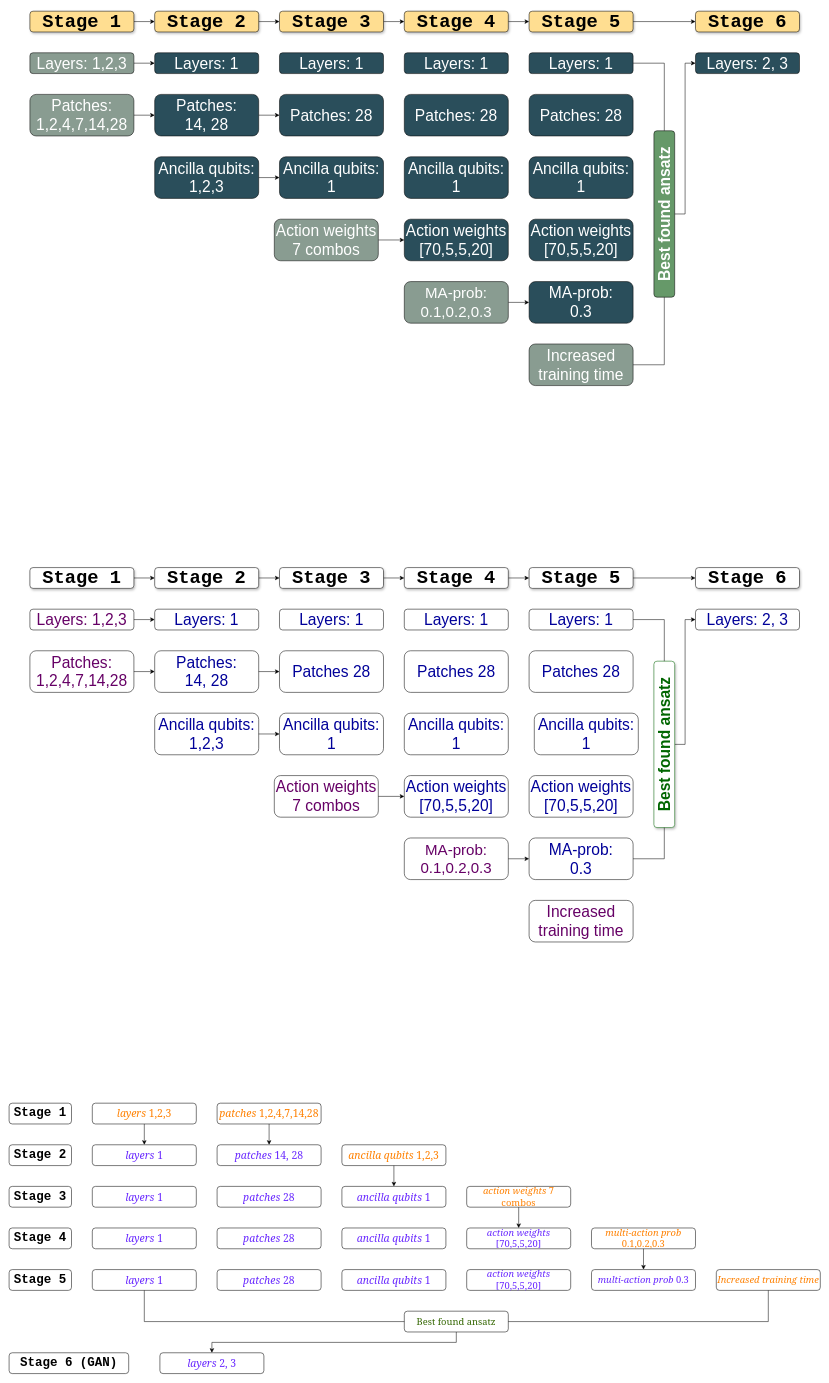
Earlier version of the draw.io diagram ExperimentsOverview.drawio (BiancaMass/Diagrams). Source tidied: cells renumbered, new cells numbered last; positions are measured from the earlier drawing's top-left corner, leaving out a move shared by most shapes. Both pictures are drawn from the tidied source at 52%, with x=0, y=0 at pixel (9, 11).
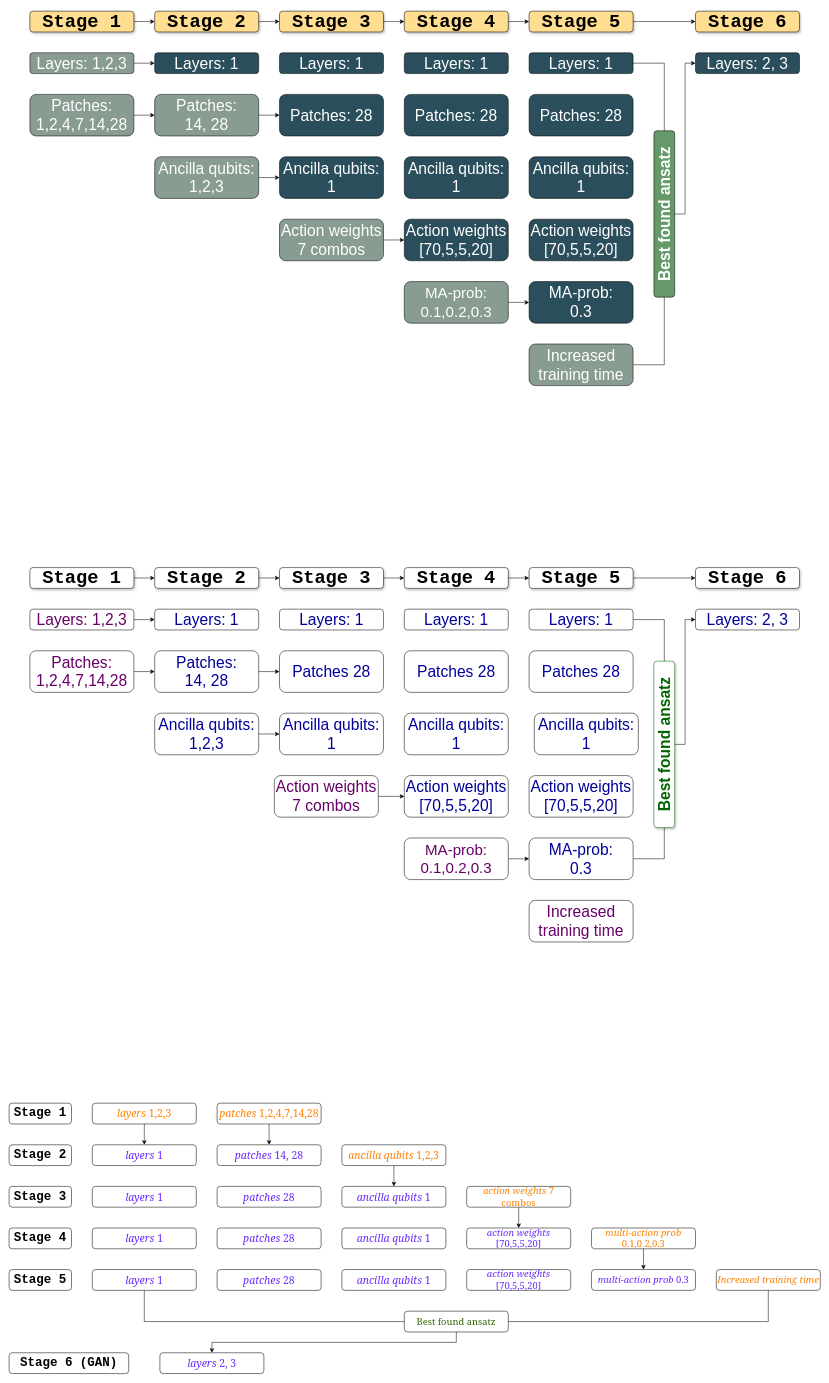
Above is the later version.

What changed in the source:
```diff
@@
-    <mxCell id="87" value="&lt;font color=&quot;#ffffff&quot; face=&quot;Helvetica&quot; style=&quot;font-size: 30px;&quot;&gt;Patches:&lt;br&gt;14, 28&lt;/font&gt;" style="rounded=1;whiteSpace=wrap;html=1;strokeColor=#000000;fillColor=#2A4E5B;shadow=0;" parent="1" vertex="1">
+    <mxCell id="87" value="&lt;font color=&quot;#ffffff&quot; face=&quot;Helvetica&quot; style=&quot;font-size: 30px;&quot;&gt;Patches:&lt;br&gt;14, 28&lt;/font&gt;" style="rounded=1;whiteSpace=wrap;html=1;strokeColor=#000000;fillColor=#899C91;shadow=0;" parent="1" vertex="1">
       <mxGeometry x="280" y="160" width="200" height="80" as="geometry" />
     </mxCell>
@@
-    <mxCell id="90" value="&lt;font color=&quot;#ffffff&quot; face=&quot;Helvetica&quot; style=&quot;font-size: 30px;&quot;&gt;Ancilla&amp;nbsp;qubits: 1,2,3&lt;/font&gt;" style="rounded=1;whiteSpace=wrap;html=1;strokeColor=#000000;fillColor=#2A4E5B;shadow=0;" parent="1" vertex="1">
+    <mxCell id="90" value="&lt;font color=&quot;#ffffff&quot; face=&quot;Helvetica&quot; style=&quot;font-size: 30px;&quot;&gt;Ancilla&amp;nbsp;qubits: 1,2,3&lt;/font&gt;" style="rounded=1;whiteSpace=wrap;html=1;strokeColor=#000000;fillColor=#899C91;shadow=0;" parent="1" vertex="1">
       <mxGeometry x="280" y="280" width="200" height="80" as="geometry" />
     </mxCell>
@@
     <mxCell id="93" value="&lt;font color=&quot;#ffffff&quot; style=&quot;font-size: 30px;&quot;&gt;Action weights 7 combos&lt;/font&gt;" style="rounded=1;whiteSpace=wrap;html=1;strokeColor=#000000;fillColor=#899C91;shadow=0;" parent="1" vertex="1">
-      <mxGeometry x="510" y="400" width="200" height="80" as="geometry" />
+      <mxGeometry x="520" y="400" width="200" height="80" as="geometry" />
     </mxCell>
```
